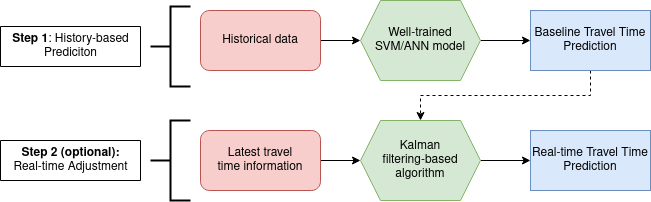
Above: assets/images/model-flow.png in karthik-d/LocateMyBus (draw.io), before the change. Source tidied: cells renumbered, new cells last; positions are measured from the earlier drawing's top-left corner, leaving out a move shared by most shapes.
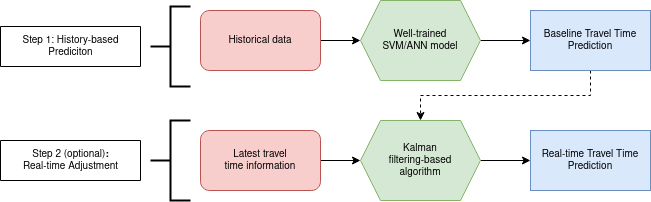
The same file after the commit.

Commit message:
arch diagram fixed

What changed in the source:
```diff
@@ -2,51 +2,51 @@
   <root>
     <mxCell id="0" />
     <mxCell id="1" parent="0" />
-    <mxCell id="2" style="edgeStyle=orthogonalEdgeStyle;rounded=0;jettySize=auto;html=1;" parent="1" edge="1" target="4">
+    <mxCell id="2" style="edgeStyle=orthogonalEdgeStyle;rounded=0;jettySize=auto;html=1;fontSize=10;" parent="1" edge="1" target="4">
       <mxGeometry relative="1" as="geometry">
         <mxPoint x="260" y="70" as="sourcePoint" />
       </mxGeometry>
     </mxCell>
-    <mxCell id="3" style="edgeStyle=orthogonalEdgeStyle;rounded=0;jettySize=auto;html=1;exitX=1;exitY=0.5;exitDx=0;exitDy=0;entryX=0;entryY=0.5;entryDx=0;entryDy=0;" parent="1" edge="1" source="4" target="6">
+    <mxCell id="3" style="edgeStyle=orthogonalEdgeStyle;rounded=0;jettySize=auto;html=1;exitX=1;exitY=0.5;exitDx=0;exitDy=0;entryX=0;entryY=0.5;entryDx=0;entryDy=0;fontSize=10;" parent="1" edge="1" source="4" target="6">
       <mxGeometry relative="1" as="geometry" />
     </mxCell>
-    <mxCell id="4" value="Well-trained &lt;br&gt;SVM/ANN model" style="shape=hexagon;perimeter=hexagonPerimeter2;whiteSpace=wrap;html=1;fixedSize=1;fillColor=#d5e8d4;strokeColor=#82b366;" parent="1" vertex="1">
+    <mxCell id="4" value="Well-trained &lt;br style=&quot;font-size: 10px;&quot;&gt;SVM/ANN model" style="shape=hexagon;perimeter=hexagonPerimeter2;whiteSpace=wrap;html=1;fixedSize=1;fillColor=#d5e8d4;strokeColor=#82b366;fontSize=10;" parent="1" vertex="1">
       <mxGeometry x="360" width="120" height="80" as="geometry" />
     </mxCell>
-    <mxCell id="5" style="edgeStyle=orthogonalEdgeStyle;rounded=0;jettySize=auto;html=1;exitX=0.5;exitY=1;exitDx=0;exitDy=0;entryX=0.5;entryY=0;entryDx=0;entryDy=0;dashed=1;" parent="1" edge="1" source="6" target="8">
+    <mxCell id="5" style="edgeStyle=orthogonalEdgeStyle;rounded=0;jettySize=auto;html=1;exitX=0.5;exitY=1;exitDx=0;exitDy=0;entryX=0.5;entryY=0;entryDx=0;entryDy=0;dashed=1;fontSize=10;" parent="1" edge="1" source="6" target="8">
       <mxGeometry relative="1" as="geometry" />
     </mxCell>
-    <mxCell id="6" value="Baseline Travel Time Prediction" style="rounded=0;whiteSpace=wrap;html=1;fillColor=#dae8fc;strokeColor=#6c8ebf;" parent="1" vertex="1">
+    <mxCell id="6" value="Baseline Travel Time Prediction" style="rounded=0;whiteSpace=wrap;html=1;fillColor=#dae8fc;strokeColor=#6c8ebf;fontSize=10;" parent="1" vertex="1">
       <mxGeometry x="530" y="10" width="120" height="60" as="geometry" />
     </mxCell>
-    <mxCell id="7" style="edgeStyle=orthogonalEdgeStyle;rounded=0;jettySize=auto;html=1;exitX=1;exitY=0.5;exitDx=0;exitDy=0;entryX=0;entryY=0.5;entryDx=0;entryDy=0;" parent="1" edge="1" source="8" target="9">
+    <mxCell id="7" style="edgeStyle=orthogonalEdgeStyle;rounded=0;jettySize=auto;html=1;exitX=1;exitY=0.5;exitDx=0;exitDy=0;entryX=0;entryY=0.5;entryDx=0;entryDy=0;fontSize=10;" parent="1" edge="1" source="8" target="9">
       <mxGeometry relative="1" as="geometry" />
     </mxCell>
-    <mxCell id="8" value="Kalman &lt;br/&gt;filtering-based &lt;br/&gt;algorithm" style="shape=hexagon;perimeter=hexagonPerimeter2;whiteSpace=wrap;html=1;fixedSize=1;fillColor=#d5e8d4;strokeColor=#82b366;" parent="1" vertex="1">
+    <mxCell id="8" value="Kalman &lt;br style=&quot;font-size: 10px;&quot;&gt;filtering-based &lt;br style=&quot;font-size: 10px;&quot;&gt;algorithm" style="shape=hexagon;perimeter=hexagonPerimeter2;whiteSpace=wrap;html=1;fixedSize=1;fillColor=#d5e8d4;strokeColor=#82b366;fontSize=10;" parent="1" vertex="1">
       <mxGeometry x="360" y="120" width="120" height="80" as="geometry" />
     </mxCell>
-    <mxCell id="9" value="Real-time Travel Time Prediction" style="rounded=0;whiteSpace=wrap;html=1;fillColor=#dae8fc;strokeColor=#6c8ebf;" parent="1" vertex="1">
+    <mxCell id="9" value="Real-time Travel Time Prediction" style="rounded=0;whiteSpace=wrap;html=1;fillColor=#dae8fc;strokeColor=#6c8ebf;fontSize=10;" parent="1" vertex="1">
       <mxGeometry x="530" y="130" width="120" height="60" as="geometry" />
     </mxCell>
-    <mxCell id="10" style="edgeStyle=orthogonalEdgeStyle;rounded=0;jettySize=auto;html=1;" parent="1" edge="1" source="11" target="8">
+    <mxCell id="10" style="edgeStyle=orthogonalEdgeStyle;rounded=0;jettySize=auto;html=1;fontSize=10;" parent="1" edge="1" source="11" target="8">
       <mxGeometry relative="1" as="geometry" />
     </mxCell>
-    <mxCell id="11" value="Latest travel&lt;br/&gt;time information" style="rounded=1;whiteSpace=wrap;html=1;fillColor=#f8cecc;strokeColor=#b85450;" parent="1" vertex="1">
+    <mxCell id="11" value="Latest travel&lt;br style=&quot;font-size: 10px;&quot;&gt;time information" style="rounded=1;whiteSpace=wrap;html=1;fillColor=#f8cecc;strokeColor=#b85450;fontSize=10;" parent="1" vertex="1">
       <mxGeometry x="200" y="130" width="120" height="60" as="geometry" />
     </mxCell>
-    <mxCell id="12" value="&lt;span style=&quot;&quot;&gt;Historical data&lt;/span&gt;" style="rounded=1;whiteSpace=wrap;html=1;fillColor=#f8cecc;strokeColor=#b85450;" parent="1" vertex="1">
+    <mxCell id="12" value="&lt;span style=&quot;font-size: 10px;&quot;&gt;Historical data&lt;/span&gt;" style="rounded=1;whiteSpace=wrap;html=1;fillColor=#f8cecc;strokeColor=#b85450;fontSize=10;" parent="1" vertex="1">
       <mxGeometry x="200" y="10" width="120" height="60" as="geometry" />
     </mxCell>
-    <mxCell id="13" style="strokeWidth=2;html=1;shape=mxgraph.flowchart.annotation_2;align=left;labelPosition=right;" parent="1" vertex="1">
+    <mxCell id="13" style="strokeWidth=2;html=1;shape=mxgraph.flowchart.annotation_2;align=left;labelPosition=right;fontSize=10;" parent="1" vertex="1">
       <mxGeometry x="150" y="6" width="40" height="80" as="geometry" />
     </mxCell>
-    <mxCell id="14" style="strokeWidth=2;html=1;shape=mxgraph.flowchart.annotation_2;align=left;labelPosition=right;" parent="1" vertex="1">
+    <mxCell id="14" style="strokeWidth=2;html=1;shape=mxgraph.flowchart.annotation_2;align=left;labelPosition=right;fontSize=10;" parent="1" vertex="1">
       <mxGeometry x="150" y="120" width="40" height="80" as="geometry" />
     </mxCell>
-    <mxCell id="15" value="&lt;div&gt;&lt;b&gt;Step 1&lt;/b&gt;: History-based &lt;br&gt;&lt;/div&gt;&lt;div&gt;Prediciton&lt;/div&gt;" style="verticalLabelPosition=middle;verticalAlign=middle;html=1;shape=mxgraph.basic.rect;fillColor2=none;strokeWidth=1;size=20;indent=5;labelPosition=center;align=center;" parent="1" vertex="1">
+    <mxCell id="15" value="&lt;div style=&quot;font-size: 10px;&quot;&gt;Step 1: History-based &lt;br style=&quot;font-size: 10px;&quot;&gt;&lt;/div&gt;&lt;div style=&quot;font-size: 10px;&quot;&gt;Prediciton&lt;/div&gt;" style="verticalLabelPosition=middle;verticalAlign=middle;html=1;shape=mxgraph.basic.rect;fillColor2=none;strokeWidth=1;size=20;indent=5;labelPosition=center;align=center;fontSize=10;" parent="1" vertex="1">
       <mxGeometry y="26" width="140" height="40" as="geometry" />
     </mxCell>
-    <mxCell id="16" value="&lt;div&gt;&lt;b&gt;Step 2 (optional):&lt;/b&gt; &lt;br&gt;&lt;/div&gt;&lt;div&gt;Real-time Adjustment&lt;/div&gt;" style="verticalLabelPosition=middle;verticalAlign=middle;html=1;shape=mxgraph.basic.rect;fillColor2=none;strokeWidth=1;size=20;indent=5;labelPosition=center;align=center;" parent="1" vertex="1">
+    <mxCell id="16" value="&lt;div style=&quot;font-size: 10px;&quot;&gt;Step 2 (optional)&lt;b style=&quot;font-size: 10px;&quot;&gt;:&lt;/b&gt; &lt;br style=&quot;font-size: 10px;&quot;&gt;&lt;/div&gt;&lt;div style=&quot;font-size: 10px;&quot;&gt;Real-time Adjustment&lt;/div&gt;" style="verticalLabelPosition=middle;verticalAlign=middle;html=1;shape=mxgraph.basic.rect;fillColor2=none;strokeWidth=1;size=20;indent=5;labelPosition=center;align=center;fontSize=10;" parent="1" vertex="1">
       <mxGeometry y="140" width="140" height="40" as="geometry" />
     </mxCell>
   </root>
```
